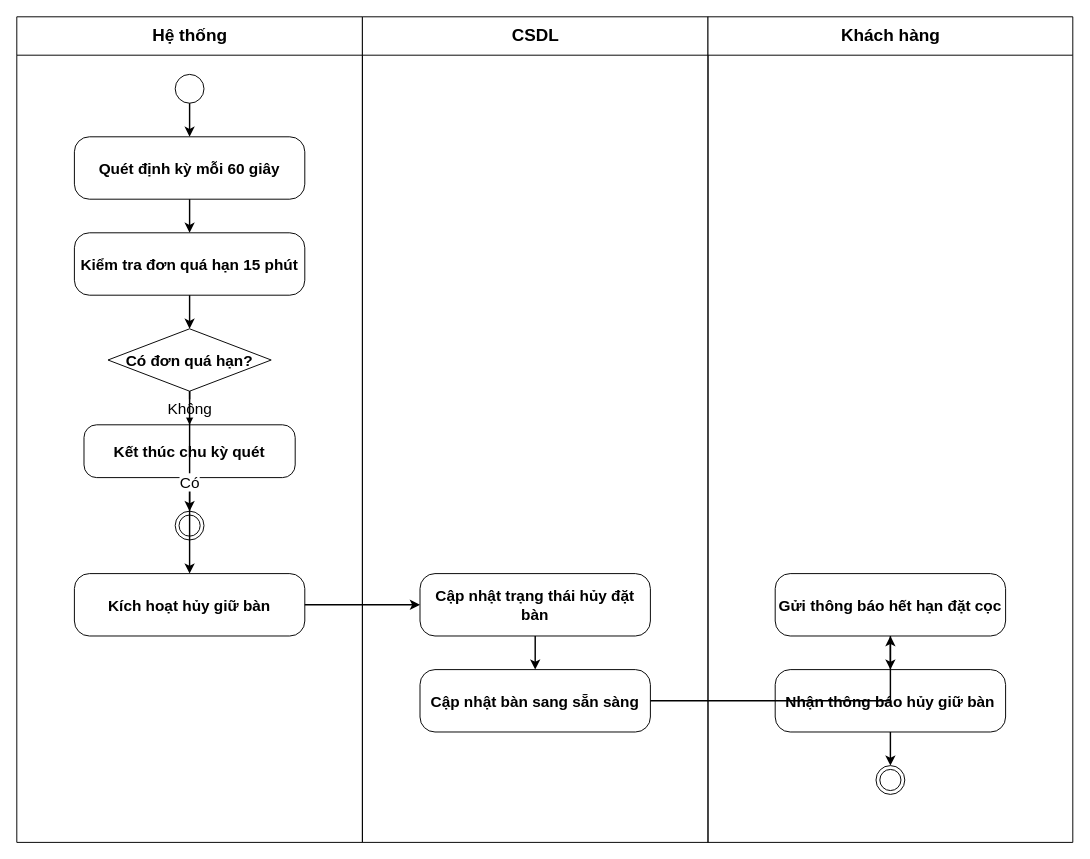
The draw.io diagram docs/phase1/drawio/ad10_auto_release_timeout.drawio in AndrewQng/VinDining, before the edit. Source tidied: cells renumbered, new cells numbered last; positions are measured from the earlier drawing's top-left corner, leaving out a move shared by most shapes. Both pictures are drawn from the tidied source at 96%, with x=0, y=0 at pixel (16, 16).
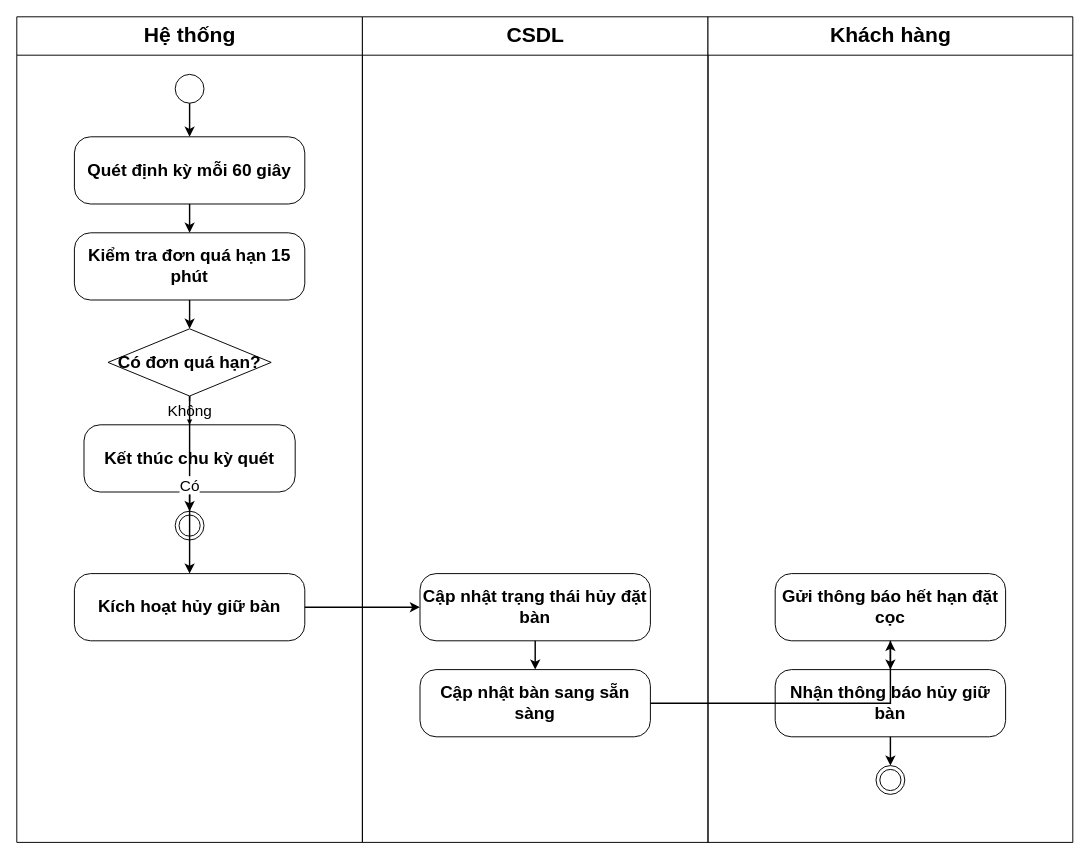
The same diagram, later.

Change to the diagram source:
```diff
@@
-    <mxCell id="2" value="Hệ thống" style="swimlane;html=1;startSize=40;horizontal=1;fontStyle=1;fontSize=18;align=center;verticalAlign=middle;swimlaneLine=1;" parent="1" vertex="1">
+    <mxCell id="2" value="Hệ thống" style="swimlane;html=1;startSize=40;horizontal=1;fontStyle=1;fontSize=22;align=center;verticalAlign=middle;swimlaneLine=1;" parent="1" vertex="1">
       <mxGeometry width="360" height="860" as="geometry" />
     </mxCell>
@@
-    <mxCell id="4" value="Quét định kỳ mỗi 60 giây" style="rounded=1;arcSize=24;whiteSpace=wrap;html=1;fontStyle=1;fontSize=16;align=center;verticalAlign=middle;" parent="2" vertex="1">
-      <mxGeometry x="60" y="125" width="240" height="65" as="geometry" />
+    <mxCell id="4" value="Quét định kỳ mỗi 60 giây" style="rounded=1;arcSize=24;whiteSpace=wrap;html=1;fontStyle=1;fontSize=18;align=center;verticalAlign=middle;" parent="2" vertex="1">
+      <mxGeometry x="60" y="125" width="240" height="70" as="geometry" />
     </mxCell>
-    <mxCell id="5" value="Kiểm tra đơn quá hạn 15 phút" style="rounded=1;arcSize=24;whiteSpace=wrap;html=1;fontStyle=1;fontSize=16;align=center;verticalAlign=middle;" parent="2" vertex="1">
-      <mxGeometry x="60" y="225" width="240" height="65" as="geometry" />
+    <mxCell id="5" value="Kiểm tra đơn quá hạn 15 phút" style="rounded=1;arcSize=24;whiteSpace=wrap;html=1;fontStyle=1;fontSize=18;align=center;verticalAlign=middle;" parent="2" vertex="1">
+      <mxGeometry x="60" y="225" width="240" height="70" as="geometry" />
     </mxCell>
-    <mxCell id="6" value="Có đơn quá hạn?" style="rhombus;whiteSpace=wrap;html=1;fontStyle=1;fontSize=16;align=center;verticalAlign=middle;" parent="2" vertex="1">
-      <mxGeometry x="95" y="325" width="170" height="65" as="geometry" />
+    <mxCell id="6" value="Có đơn quá hạn?" style="rhombus;whiteSpace=wrap;html=1;fontStyle=1;fontSize=18;align=center;verticalAlign=middle;" parent="2" vertex="1">
+      <mxGeometry x="95" y="325" width="170" height="70" as="geometry" />
     </mxCell>
-    <mxCell id="7" value="Kết thúc chu kỳ quét" style="rounded=1;arcSize=24;whiteSpace=wrap;html=1;fontStyle=1;fontSize=16;align=center;verticalAlign=middle;" parent="2" vertex="1">
-      <mxGeometry x="70" y="425" width="220" height="55" as="geometry" />
+    <mxCell id="7" value="Kết thúc chu kỳ quét" style="rounded=1;arcSize=24;whiteSpace=wrap;html=1;fontStyle=1;fontSize=18;align=center;verticalAlign=middle;" parent="2" vertex="1">
+      <mxGeometry x="70" y="425" width="220" height="70" as="geometry" />
     </mxCell>
@@
-    <mxCell id="9" value="Kích hoạt hủy giữ bàn" style="rounded=1;arcSize=24;whiteSpace=wrap;html=1;fontStyle=1;fontSize=16;align=center;verticalAlign=middle;" parent="2" vertex="1">
-      <mxGeometry x="60" y="580" width="240" height="65" as="geometry" />
+    <mxCell id="9" value="Kích hoạt hủy giữ bàn" style="rounded=1;arcSize=24;whiteSpace=wrap;html=1;fontStyle=1;fontSize=18;align=center;verticalAlign=middle;" parent="2" vertex="1">
+      <mxGeometry x="60" y="580" width="240" height="70" as="geometry" />
     </mxCell>
@@
-    <mxCell id="16" value="CSDL" style="swimlane;html=1;startSize=40;horizontal=1;fontStyle=1;fontSize=18;align=center;verticalAlign=middle;swimlaneLine=1;" parent="1" vertex="1">
+    <mxCell id="16" value="CSDL" style="swimlane;html=1;startSize=40;horizontal=1;fontStyle=1;fontSize=22;align=center;verticalAlign=middle;swimlaneLine=1;" parent="1" vertex="1">
       <mxGeometry x="360" width="360" height="860" as="geometry" />
     </mxCell>
-    <mxCell id="17" value="Cập nhật trạng thái hủy đặt bàn" style="rounded=1;arcSize=24;whiteSpace=wrap;html=1;fontStyle=1;fontSize=16;align=center;verticalAlign=middle;" parent="16" vertex="1">
-      <mxGeometry x="60" y="580" width="240" height="65" as="geometry" />
+    <mxCell id="17" value="Cập nhật trạng thái hủy đặt bàn" style="rounded=1;arcSize=24;whiteSpace=wrap;html=1;fontStyle=1;fontSize=18;align=center;verticalAlign=middle;" parent="16" vertex="1">
+      <mxGeometry x="60" y="580" width="240" height="70" as="geometry" />
     </mxCell>
-    <mxCell id="18" value="Cập nhật bàn sang sẵn sàng" style="rounded=1;arcSize=24;whiteSpace=wrap;html=1;fontStyle=1;fontSize=16;align=center;verticalAlign=middle;" parent="16" vertex="1">
-      <mxGeometry x="60" y="680" width="240" height="65" as="geometry" />
+    <mxCell id="18" value="Cập nhật bàn sang sẵn sàng" style="rounded=1;arcSize=24;whiteSpace=wrap;html=1;fontStyle=1;fontSize=18;align=center;verticalAlign=middle;" parent="16" vertex="1">
+      <mxGeometry x="60" y="680" width="240" height="70" as="geometry" />
     </mxCell>
@@
-    <mxCell id="20" value="Khách hàng" style="swimlane;html=1;startSize=40;horizontal=1;fontStyle=1;fontSize=18;align=center;verticalAlign=middle;swimlaneLine=1;" parent="1" vertex="1">
+    <mxCell id="20" value="Khách hàng" style="swimlane;html=1;startSize=40;horizontal=1;fontStyle=1;fontSize=22;align=center;verticalAlign=middle;swimlaneLine=1;" parent="1" vertex="1">
       <mxGeometry x="720" width="380" height="860" as="geometry" />
     </mxCell>
-    <mxCell id="21" value="Gửi thông báo hết hạn đặt cọc" style="rounded=1;arcSize=24;whiteSpace=wrap;html=1;fontStyle=1;fontSize=16;align=center;verticalAlign=middle;" parent="20" vertex="1">
-      <mxGeometry x="70" y="580" width="240" height="65" as="geometry" />
+    <mxCell id="21" value="Gửi thông báo hết hạn đặt cọc" style="rounded=1;arcSize=24;whiteSpace=wrap;html=1;fontStyle=1;fontSize=18;align=center;verticalAlign=middle;" parent="20" vertex="1">
+      <mxGeometry x="70" y="580" width="240" height="70" as="geometry" />
     </mxCell>
-    <mxCell id="22" value="Nhận thông báo hủy giữ bàn" style="rounded=1;arcSize=24;whiteSpace=wrap;html=1;fontStyle=1;fontSize=16;align=center;verticalAlign=middle;" parent="20" vertex="1">
-      <mxGeometry x="70" y="680" width="240" height="65" as="geometry" />
+    <mxCell id="22" value="Nhận thông báo hủy giữ bàn" style="rounded=1;arcSize=24;whiteSpace=wrap;html=1;fontStyle=1;fontSize=18;align=center;verticalAlign=middle;" parent="20" vertex="1">
+      <mxGeometry x="70" y="680" width="240" height="70" as="geometry" />
     </mxCell>
```
